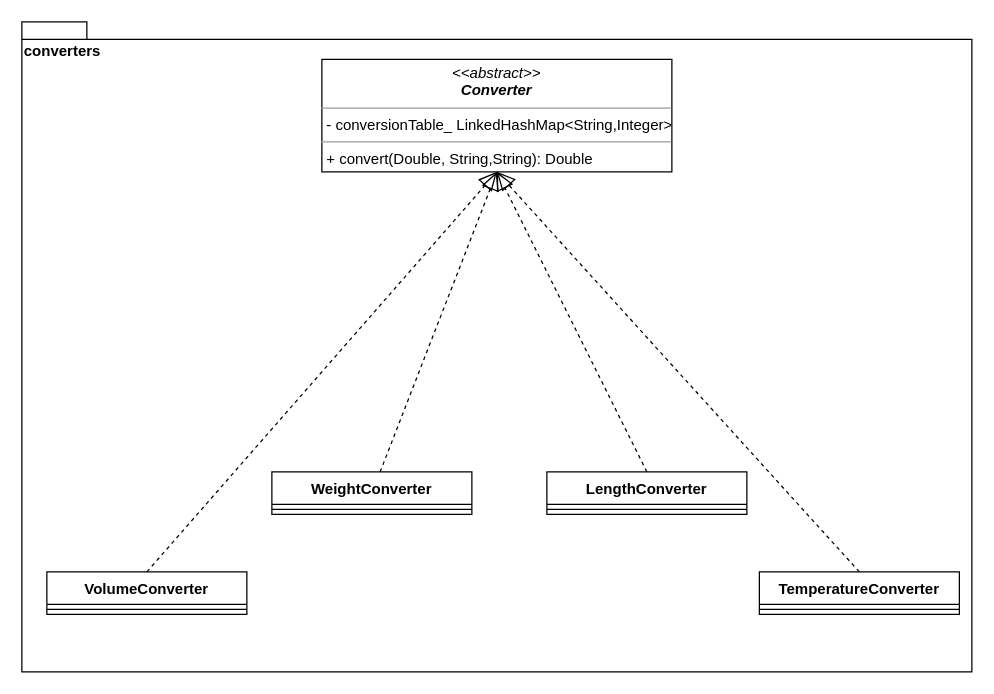
gydora03/SZFM_2020_10_RGP keeps this draw.io diagram as rgp-poc/src/main/resources/docs/templates/cv_class_diagram.drawio. Above is the earlier version. Source tidied: cells renumbered, new cells numbered last; positions are measured from the earlier drawing's top-left corner, leaving out a move shared by most shapes. Both pictures are drawn from the tidied source at 125%, with x=0, y=0 at pixel (21, 21).
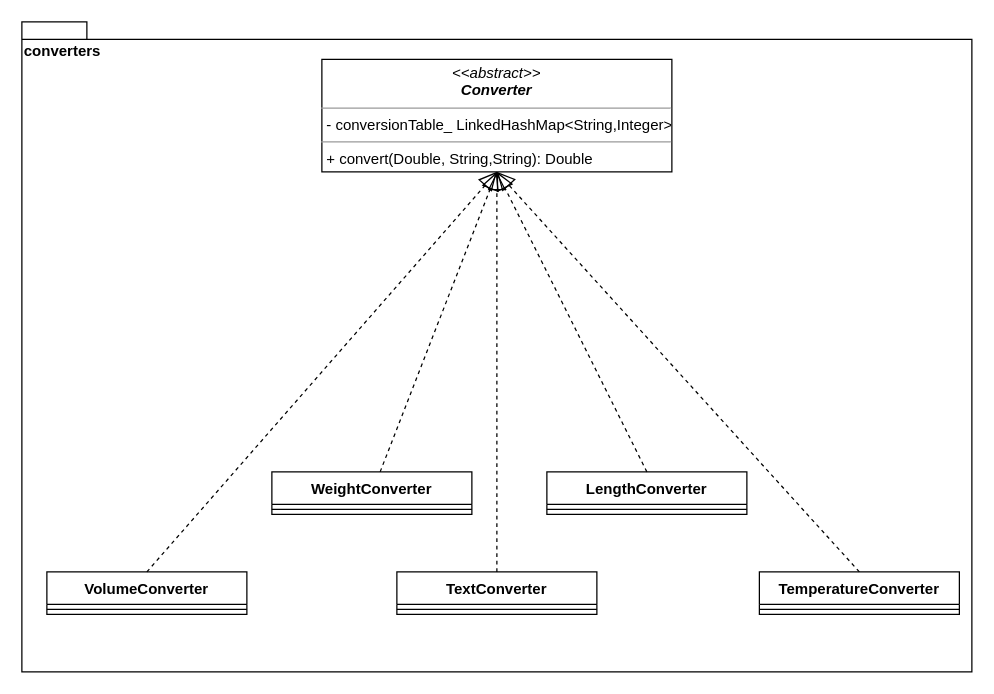
After the change.

Commit message:
Included the text converter class

Diff of the diagram source:
```diff
@@
 <mxGraphModel>
   <root>
     <mxCell id="0" />
     <mxCell id="1" parent="0" />
     <mxCell id="2" value="converters" style="shape=folder;fontStyle=1;spacingTop=10;tabWidth=40;tabHeight=14;tabPosition=left;html=1;align=left;verticalAlign=top;" parent="1" vertex="1">
       <mxGeometry width="760" height="520" as="geometry" />
     </mxCell>
     <mxCell id="3" value="&lt;p style=&quot;margin: 0px ; margin-top: 4px ; text-align: center&quot;&gt;&lt;i&gt;&amp;lt;&amp;lt;abstract&amp;gt;&amp;gt;&lt;/i&gt;&lt;br&gt;&lt;i&gt;&lt;b&gt;Converter&lt;/b&gt;&lt;/i&gt;&lt;/p&gt;&lt;hr size=&quot;1&quot;&gt;&lt;p style=&quot;margin: 0px ; margin-left: 4px&quot;&gt;- conversionTable_ LinkedHashMap&amp;lt;String,Integer&amp;gt;&lt;br&gt;&lt;/p&gt;&lt;hr size=&quot;1&quot;&gt;&lt;p style=&quot;margin: 0px ; margin-left: 4px&quot;&gt;+ convert(Double, String,String): Double&lt;br&gt;&lt;/p&gt;" style="verticalAlign=top;align=left;overflow=fill;fontSize=12;fontFamily=Helvetica;html=1;" parent="1" vertex="1">
       <mxGeometry x="240" y="30" width="280" height="90" as="geometry" />
     </mxCell>
     <mxCell id="4" value="LengthConverter" style="swimlane;fontStyle=1;align=center;verticalAlign=top;horizontal=1;startSize=26;" parent="1" vertex="1">
       <mxGeometry x="420" y="360" width="160" height="34" as="geometry" />
     </mxCell>
     <mxCell id="5" style="line;strokeWidth=1;fillColor=none;align=left;verticalAlign=middle;spacingTop=-1;spacingLeft=3;spacingRight=3;labelPosition=right;" parent="4" vertex="1">
       <mxGeometry y="26" width="160" height="8" as="geometry" />
     </mxCell>
     <mxCell id="6" value="VolumeConverter" style="swimlane;fontStyle=1;align=center;verticalAlign=top;horizontal=1;startSize=26;" parent="1" vertex="1">
       <mxGeometry x="20" y="440" width="160" height="34" as="geometry" />
     </mxCell>
     <mxCell id="7" style="line;strokeWidth=1;fillColor=none;align=left;verticalAlign=middle;spacingTop=-1;spacingLeft=3;spacingRight=3;labelPosition=right;" parent="6" vertex="1">
       <mxGeometry y="26" width="160" height="8" as="geometry" />
     </mxCell>
     <mxCell id="8" value="TemperatureConverter" style="swimlane;fontStyle=1;align=center;verticalAlign=top;horizontal=1;startSize=26;" parent="1" vertex="1">
       <mxGeometry x="590" y="440" width="160" height="34" as="geometry" />
     </mxCell>
     <mxCell id="9" style="line;strokeWidth=1;fillColor=none;align=left;verticalAlign=middle;spacingTop=-1;spacingLeft=3;spacingRight=3;labelPosition=right;" parent="8" vertex="1">
       <mxGeometry y="26" width="160" height="8" as="geometry" />
     </mxCell>
     <mxCell id="10" value="WeightConverter" style="swimlane;fontStyle=1;align=center;verticalAlign=top;horizontal=1;startSize=26;" parent="1" vertex="1">
       <mxGeometry x="200" y="360" width="160" height="34" as="geometry" />
     </mxCell>
     <mxCell id="11" style="line;strokeWidth=1;fillColor=none;align=left;verticalAlign=middle;spacingTop=-1;spacingLeft=3;spacingRight=3;labelPosition=right;" parent="10" vertex="1">
       <mxGeometry y="26" width="160" height="8" as="geometry" />
     </mxCell>
     <mxCell id="12" style="endArrow=block;dashed=1;endFill=0;endSize=12;html=1;entryX=0.5;entryY=1;entryDx=0;entryDy=0;" parent="1" edge="1" source="10" target="3">
       <mxGeometry relative="1" as="geometry" />
     </mxCell>
     <mxCell id="13" style="endArrow=block;dashed=1;endFill=0;endSize=12;html=1;entryX=0.5;entryY=1;entryDx=0;entryDy=0;exitX=0.5;exitY=0;exitDx=0;exitDy=0;" parent="1" edge="1" source="6" target="3">
       <mxGeometry relative="1" as="geometry" />
     </mxCell>
     <mxCell id="14" style="endArrow=block;dashed=1;endFill=0;endSize=12;html=1;entryX=0.5;entryY=1;entryDx=0;entryDy=0;exitX=0.5;exitY=0;exitDx=0;exitDy=0;" parent="1" edge="1" source="4" target="3">
       <mxGeometry relative="1" as="geometry" />
     </mxCell>
     <mxCell id="15" style="endArrow=block;dashed=1;endFill=0;endSize=12;html=1;entryX=0.5;entryY=1;entryDx=0;entryDy=0;exitX=0.5;exitY=0;exitDx=0;exitDy=0;" parent="1" edge="1" source="8" target="3">
       <mxGeometry relative="1" as="geometry" />
     </mxCell>
+    <mxCell id="16" value="TextConverter" style="swimlane;fontStyle=1;align=center;verticalAlign=top;horizontal=1;startSize=26;" parent="1" vertex="1">
+      <mxGeometry x="300" y="440" width="160" height="34" as="geometry" />
+    </mxCell>
+    <mxCell id="17" style="line;strokeWidth=1;fillColor=none;align=left;verticalAlign=middle;spacingTop=-1;spacingLeft=3;spacingRight=3;labelPosition=right;" parent="16" vertex="1">
+      <mxGeometry y="26" width="160" height="8" as="geometry" />
+    </mxCell>
+    <mxCell id="18" style="endArrow=block;dashed=1;endFill=0;endSize=12;html=1;" parent="1" edge="1" source="16">
+      <mxGeometry relative="1" as="geometry">
+        <mxPoint x="380" y="120" as="targetPoint" />
+      </mxGeometry>
+    </mxCell>
   </root>
 </mxGraphModel>
```
